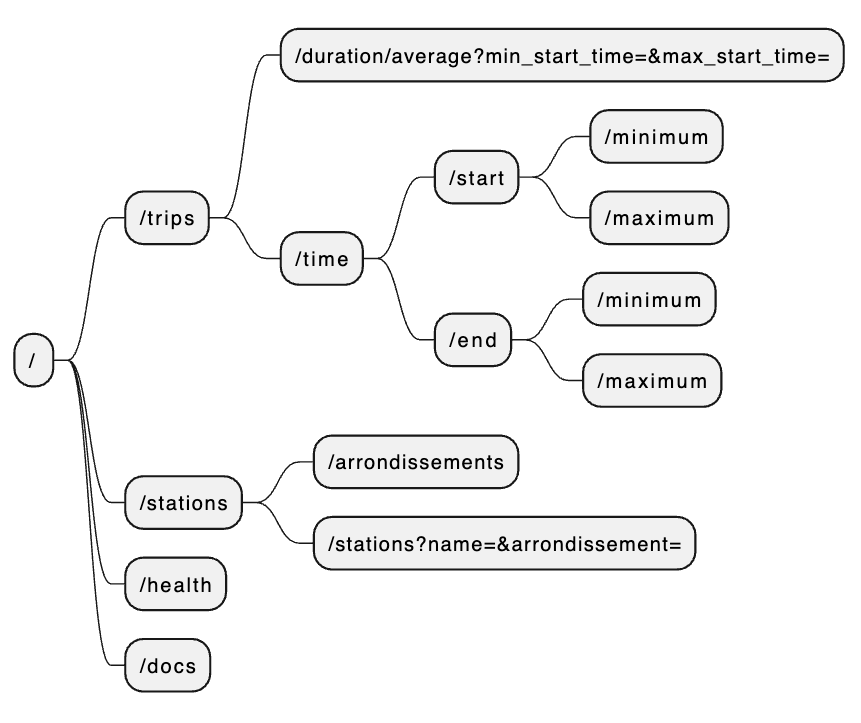
The PlantUML diagram docs/img/routes.png in Monitoring-Mtl/Bixi-Api, before a commit. Its source is kept beside it as docs/puml/routes.puml.
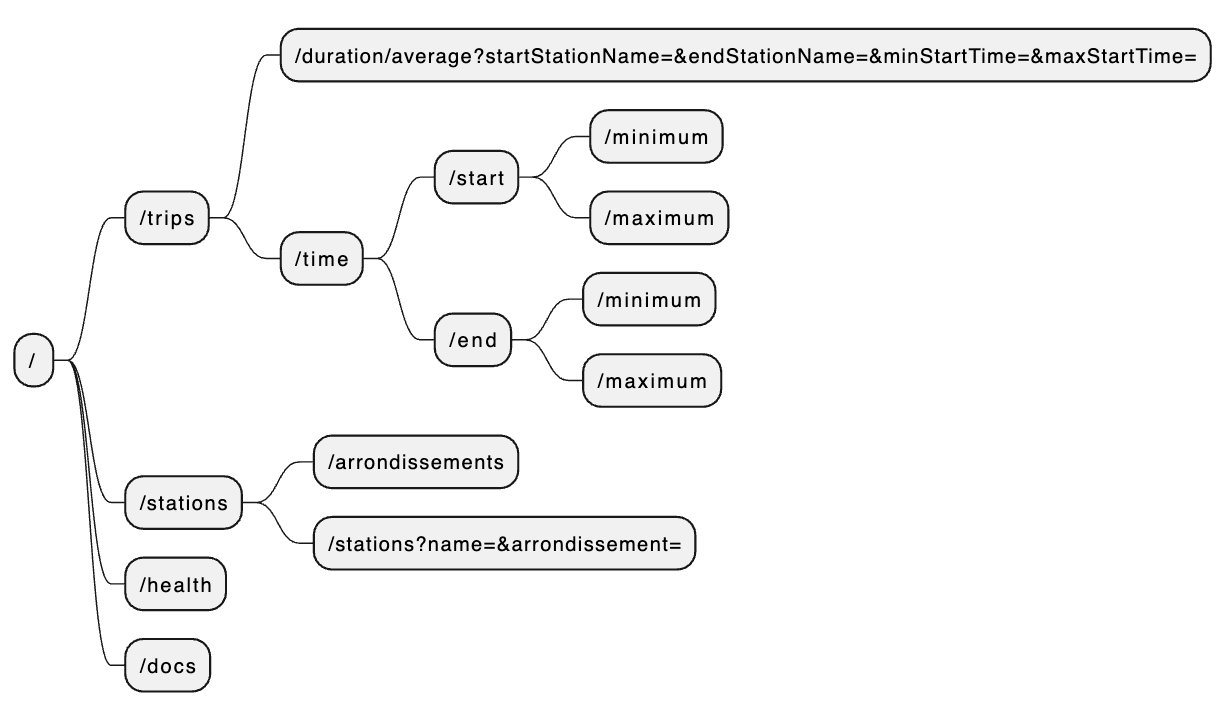
Above is the later version.

Commit message:
#23: add params `startStationName` & `endStationName`

Diff of the diagram source:
```diff
@@ -1,7 +1,7 @@
 @startmindmap routes
 * /
 ** /trips
-*** /duration/average?min_start_time=&max_start_time=
+*** /duration/average?startStationName=&endStationName=&minStartTime=&maxStartTime=
 *** /time
 **** /start
 ***** /minimum
```
